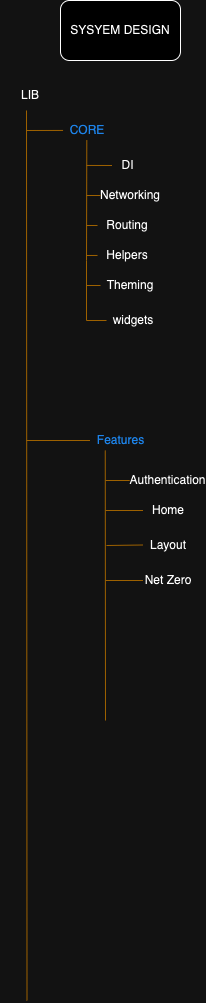
This is systemDesign.drawio.png from omarabdullah1/drawio, a draw.io export, as it was before one commit. Source tidied: cells renumbered, new cells last; positions are measured from the earlier drawing's top-left corner, leaving out a move shared by most shapes.
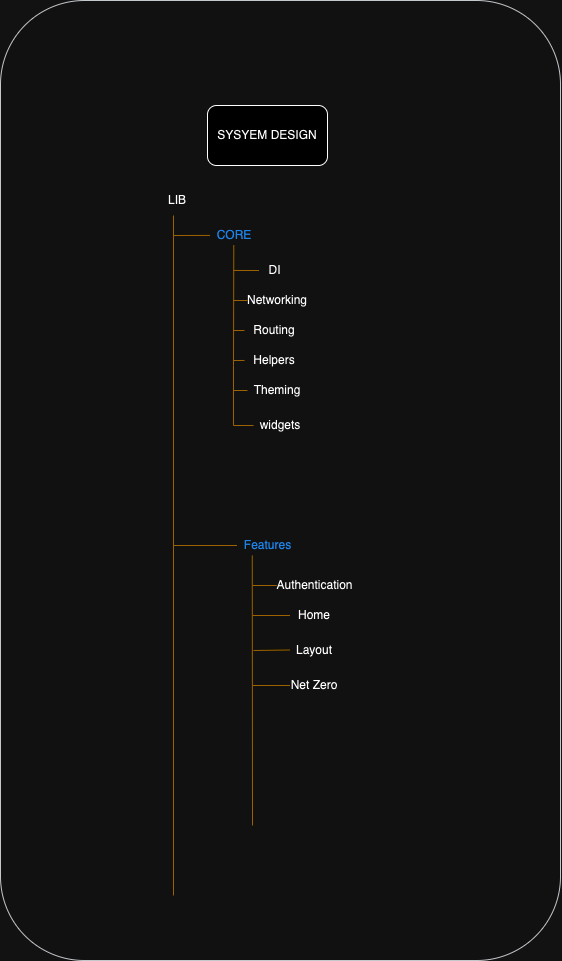
The same file after the commit.

Change to the diagram source:
```diff
@@ -2,6 +2,9 @@
   <root>
     <mxCell id="0" />
     <mxCell id="1" parent="0" />
+    <mxCell id="31" style="rounded=1;whiteSpace=wrap;html=1;fillColor=#eeeeee;strokeColor=#36393d;" parent="1" vertex="1">
+      <mxGeometry x="-147" y="-105" width="560" height="960" as="geometry" />
+    </mxCell>
     <mxCell id="2" value="SYSYEM DESIGN" style="rounded=1;whiteSpace=wrap;html=1;" parent="1" vertex="1">
       <mxGeometry x="60" width="120" height="60" as="geometry" />
     </mxCell>
@@ -10,7 +13,7 @@
     </mxCell>
     <mxCell id="4" style="endArrow=none;html=1;rounded=0;fillColor=#ffcd28;gradientColor=#ffa500;strokeColor=#d79b00;" parent="1" edge="1">
       <mxGeometry relative="1" as="geometry">
-        <mxPoint x="26.5" y="1000" as="sourcePoint" />
+        <mxPoint x="26" y="790" as="sourcePoint" />
         <mxPoint x="26" y="110" as="targetPoint" />
       </mxGeometry>
     </mxCell>
```
